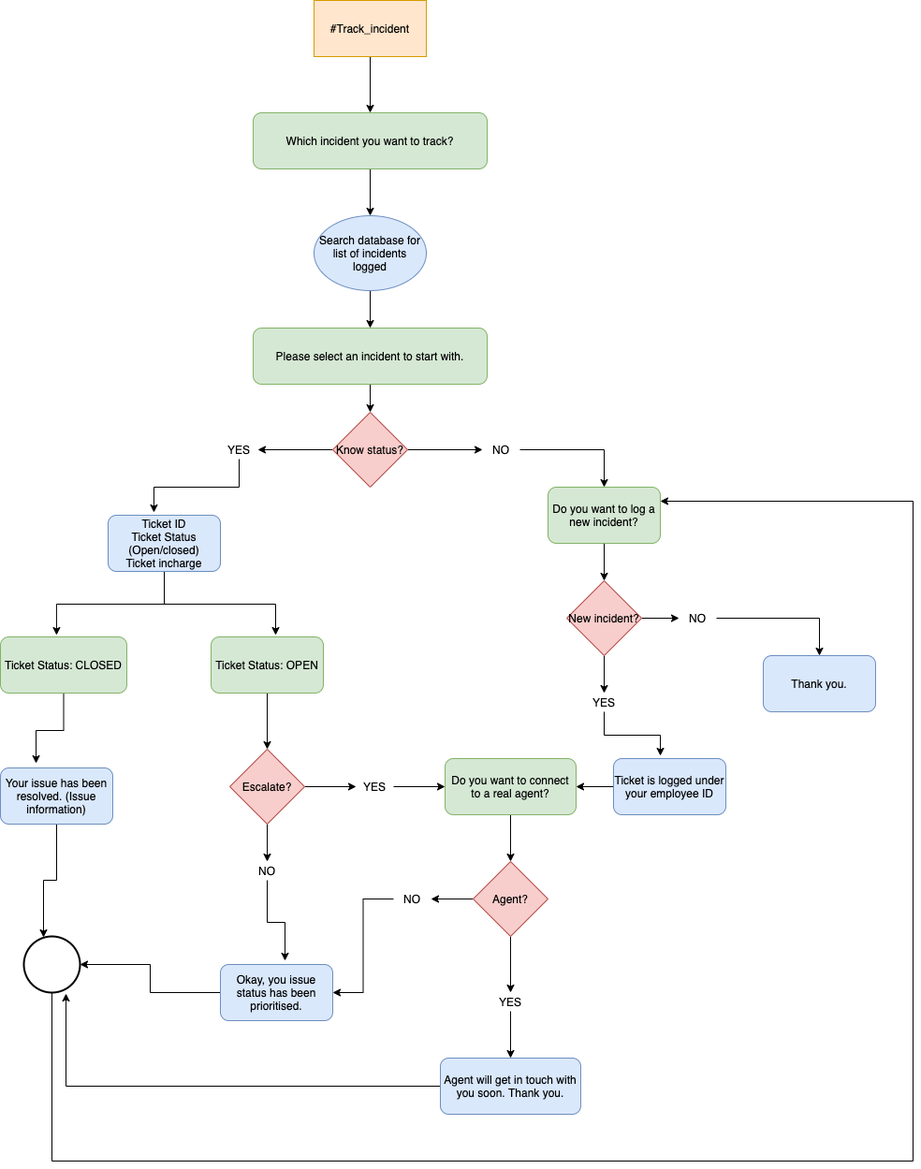
The draw.io diagram Track_incident_itsm.png in shilpi-1994/Weather-App, before a commit. Source tidied: cells renumbered, new cells last; positions are measured from the earlier drawing's top-left corner, leaving out a move shared by most shapes.
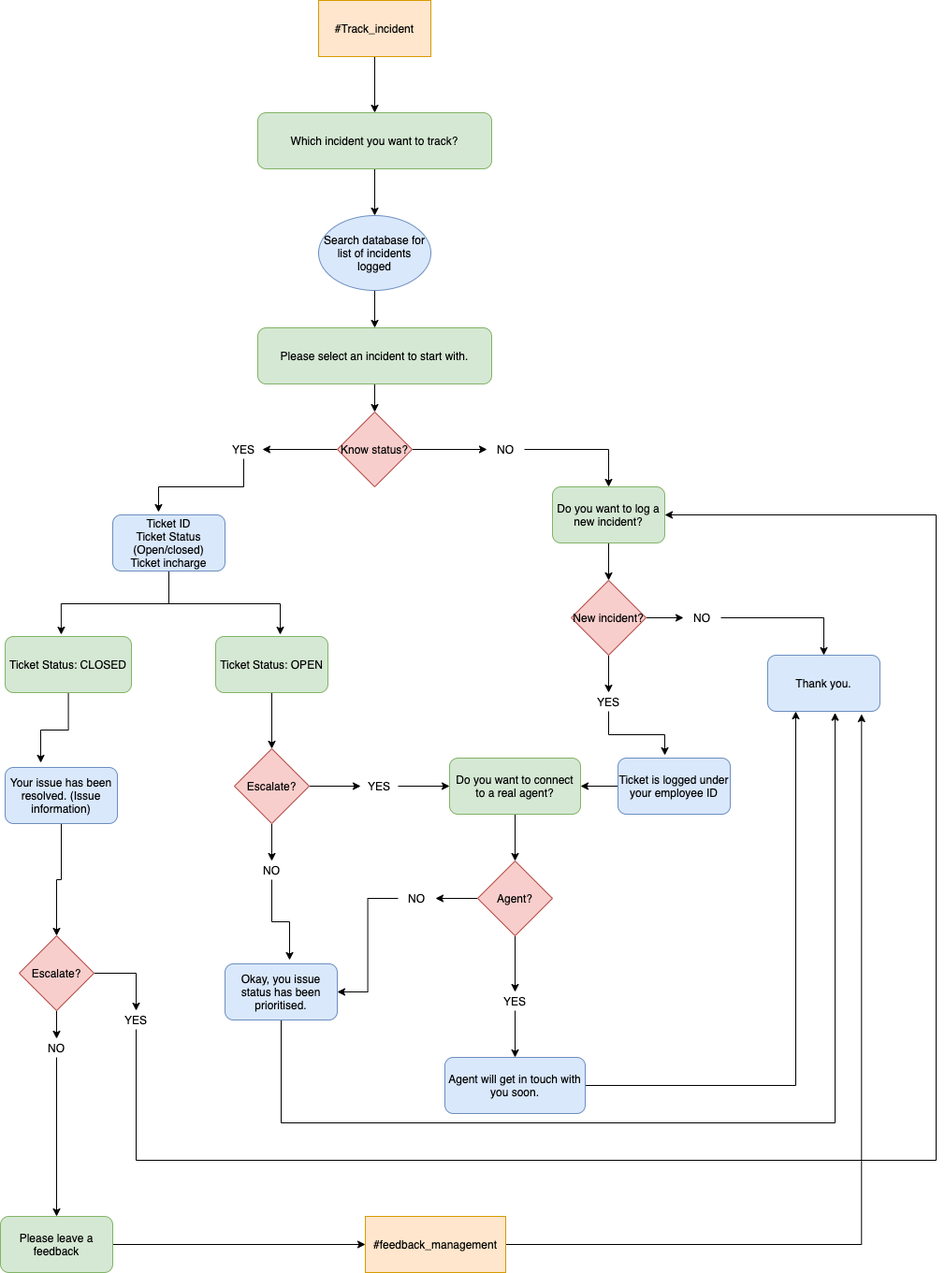
After the change.

Change to the diagram source:
```diff
@@ -116,10 +116,10 @@
     <mxCell id="39" value="YES" style="text;html=1;strokeColor=none;fillColor=none;align=center;verticalAlign=middle;whiteSpace=wrap;rounded=0;" parent="1" vertex="1">
       <mxGeometry x="525" y="1060" width="40" height="20" as="geometry" />
     </mxCell>
-    <mxCell id="40" style="edgeStyle=orthogonalEdgeStyle;rounded=0;jettySize=auto;html=1;entryX=0.75;entryY=1.017;entryDx=0;entryDy=0;entryPerimeter=0;" parent="1" edge="1" source="41" target="59">
-      <mxGeometry relative="1" as="geometry" />
-    </mxCell>
+    <mxCell id="60" style="edgeStyle=orthogonalEdgeStyle;rounded=0;jettySize=auto;html=1;entryX=0.25;entryY=1;entryDx=0;entryDy=0;" parent="1" edge="1" source="41" target="53">
+      <mxGeometry relative="1" as="geometry" />
+    </mxCell>
-    <mxCell id="41" value="Agent will get in touch with you soon. Thank you." style="rounded=1;whiteSpace=wrap;html=1;fillColor=#dae8fc;strokeColor=#6c8ebf;" parent="1" vertex="1">
+    <mxCell id="41" value="Agent will get in touch with you soon." style="rounded=1;whiteSpace=wrap;html=1;fillColor=#dae8fc;strokeColor=#6c8ebf;" parent="1" vertex="1">
       <mxGeometry x="470" y="1130" width="150" height="60" as="geometry" />
     </mxCell>
     <mxCell id="42" style="edgeStyle=orthogonalEdgeStyle;rounded=0;jettySize=auto;html=1;entryX=0.5;entryY=0;entryDx=0;entryDy=0;" parent="1" edge="1" source="43" target="46">
@@ -158,29 +158,61 @@
     <mxCell id="53" value="Thank you." style="rounded=1;whiteSpace=wrap;html=1;fillColor=#dae8fc;strokeColor=#6c8ebf;" parent="1" vertex="1">
       <mxGeometry x="815" y="700" width="120" height="60" as="geometry" />
     </mxCell>
-    <mxCell id="54" style="edgeStyle=orthogonalEdgeStyle;rounded=0;jettySize=auto;html=1;entryX=1;entryY=0.5;entryDx=0;entryDy=0;entryPerimeter=0;" parent="1" edge="1" source="55" target="59">
-      <mxGeometry relative="1" as="geometry" />
-    </mxCell>
+    <mxCell id="61" style="edgeStyle=orthogonalEdgeStyle;rounded=0;jettySize=auto;html=1;entryX=0.6;entryY=1.026;entryDx=0;entryDy=0;entryPerimeter=0;" parent="1" edge="1" source="55" target="53">
+      <mxGeometry relative="1" as="geometry">
+        <Array as="points">
+          <mxPoint x="295" y="1200" />
+          <mxPoint x="887" y="1200" />
+        </Array>
+      </mxGeometry>
+    </mxCell>
     <mxCell id="55" value="Okay, you issue status has been prioritised." style="rounded=1;whiteSpace=wrap;html=1;fillColor=#dae8fc;strokeColor=#6c8ebf;" parent="1" vertex="1">
       <mxGeometry x="235" y="1030" width="120" height="60" as="geometry" />
     </mxCell>
-    <mxCell id="56" style="edgeStyle=orthogonalEdgeStyle;rounded=0;jettySize=auto;html=1;entryX=0.35;entryY=0.017;entryDx=0;entryDy=0;entryPerimeter=0;" parent="1" edge="1" source="57" target="59">
-      <mxGeometry relative="1" as="geometry" />
-    </mxCell>
+    <mxCell id="62" style="edgeStyle=orthogonalEdgeStyle;rounded=0;jettySize=auto;html=1;entryX=0.5;entryY=0;entryDx=0;entryDy=0;" parent="1" edge="1" source="57" target="65">
+      <mxGeometry relative="1" as="geometry" />
+    </mxCell>
     <mxCell id="57" value="Your issue has been resolved. (Issue information)" style="rounded=1;whiteSpace=wrap;html=1;fillColor=#dae8fc;strokeColor=#6c8ebf;" parent="1" vertex="1">
       <mxGeometry y="820" width="120" height="60" as="geometry" />
     </mxCell>
-    <mxCell id="58" style="edgeStyle=orthogonalEdgeStyle;rounded=0;jettySize=auto;html=1;" parent="1" edge="1" source="59" target="43">
-      <mxGeometry relative="1" as="geometry">
-        <Array as="points">
-          <mxPoint x="55" y="1240" />
-          <mxPoint x="975" y="1240" />
-          <mxPoint x="975" y="535" />
-        </Array>
-      </mxGeometry>
-    </mxCell>
-    <mxCell id="59" style="strokeWidth=2;html=1;shape=mxgraph.flowchart.start_2;whiteSpace=wrap;" parent="1" vertex="1">
-      <mxGeometry x="25" y="1000" width="60" height="60" as="geometry" />
-    </mxCell>
+    <mxCell id="63" style="edgeStyle=orthogonalEdgeStyle;rounded=0;jettySize=auto;html=1;entryX=0.5;entryY=0;entryDx=0;entryDy=0;" parent="1" edge="1" source="65" target="67">
+      <mxGeometry relative="1" as="geometry" />
+    </mxCell>
+    <mxCell id="64" style="edgeStyle=orthogonalEdgeStyle;rounded=0;jettySize=auto;html=1;entryX=0.5;entryY=0;entryDx=0;entryDy=0;" parent="1" edge="1" source="65" target="69">
+      <mxGeometry relative="1" as="geometry" />
+    </mxCell>
+    <mxCell id="65" value="Escalate?" style="rhombus;whiteSpace=wrap;html=1;fillColor=#f8cecc;strokeColor=#b85450;" parent="1" vertex="1">
+      <mxGeometry x="15" y="1000" width="80" height="80" as="geometry" />
+    </mxCell>
+    <mxCell id="66" style="edgeStyle=orthogonalEdgeStyle;rounded=0;jettySize=auto;html=1;entryX=1;entryY=0.5;entryDx=0;entryDy=0;" parent="1" edge="1" source="67" target="43">
+      <mxGeometry relative="1" as="geometry">
+        <Array as="points">
+          <mxPoint x="140" y="1240" />
+          <mxPoint x="995" y="1240" />
+          <mxPoint x="995" y="550" />
+        </Array>
+      </mxGeometry>
+    </mxCell>
+    <mxCell id="67" value="YES" style="text;html=1;strokeColor=none;fillColor=none;align=center;verticalAlign=middle;whiteSpace=wrap;rounded=0;" parent="1" vertex="1">
+      <mxGeometry x="120" y="1080" width="40" height="20" as="geometry" />
+    </mxCell>
+    <mxCell id="68" style="edgeStyle=orthogonalEdgeStyle;rounded=0;jettySize=auto;html=1;entryX=0.5;entryY=0;entryDx=0;entryDy=0;" parent="1" edge="1" source="69" target="73">
+      <mxGeometry relative="1" as="geometry" />
+    </mxCell>
+    <mxCell id="69" value="NO" style="text;html=1;strokeColor=none;fillColor=none;align=center;verticalAlign=middle;whiteSpace=wrap;rounded=0;" parent="1" vertex="1">
+      <mxGeometry x="35" y="1110" width="40" height="20" as="geometry" />
+    </mxCell>
+    <mxCell id="70" style="edgeStyle=orthogonalEdgeStyle;rounded=0;jettySize=auto;html=1;entryX=0.836;entryY=1.05;entryDx=0;entryDy=0;entryPerimeter=0;" parent="1" edge="1" source="71" target="53">
+      <mxGeometry relative="1" as="geometry" />
+    </mxCell>
+    <mxCell id="71" value="#feedback_management" style="rounded=0;whiteSpace=wrap;html=1;fillColor=#ffe6cc;strokeColor=#d79b00;" parent="1" vertex="1">
+      <mxGeometry x="385" y="1300" width="150" height="60" as="geometry" />
+    </mxCell>
+    <mxCell id="72" style="edgeStyle=orthogonalEdgeStyle;rounded=0;jettySize=auto;html=1;entryX=0;entryY=0.5;entryDx=0;entryDy=0;" parent="1" edge="1" source="73" target="71">
+      <mxGeometry relative="1" as="geometry" />
+    </mxCell>
+    <mxCell id="73" value="Please leave a feedback" style="rounded=1;whiteSpace=wrap;html=1;fillColor=#d5e8d4;strokeColor=#82b366;" parent="1" vertex="1">
+      <mxGeometry x="-5" y="1300" width="120" height="60" as="geometry" />
+    </mxCell>
   </root>
 </mxGraphModel>
```
